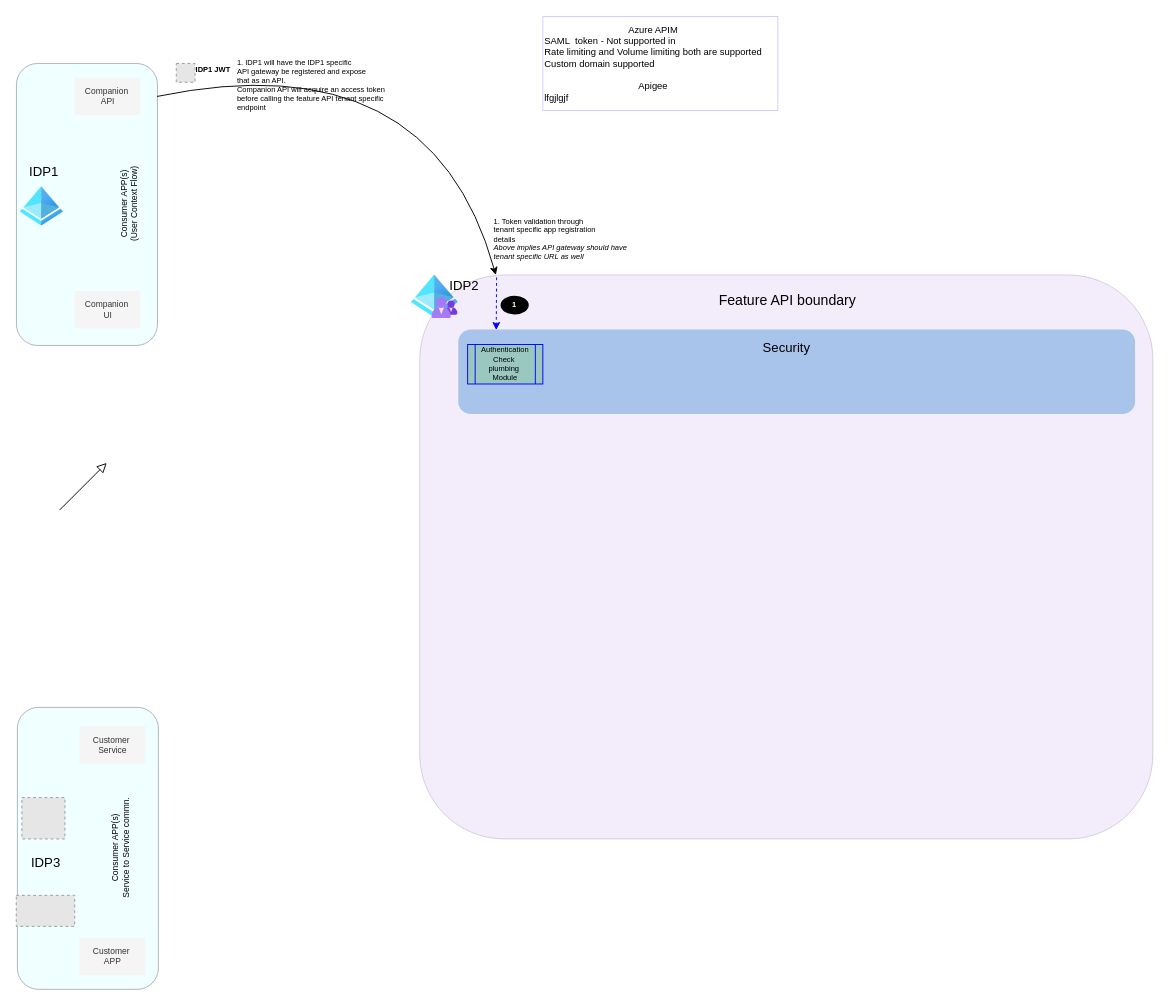
NMTechie/MyExpWithAzure keeps this draw.io diagram as PublicAPIFrameWork/Solution Designs v1.0.0.drawio. Above is the earlier version. Source tidied: cells renumbered, new cells numbered last; positions are measured from the earlier drawing's top-left corner, leaving out a move shared by most shapes. Both pictures are drawn from the tidied source at 94%, with x=0, y=0 at pixel (16, 16). Pictures stored in the file or linked from it are replaced by grey dashed boxes.
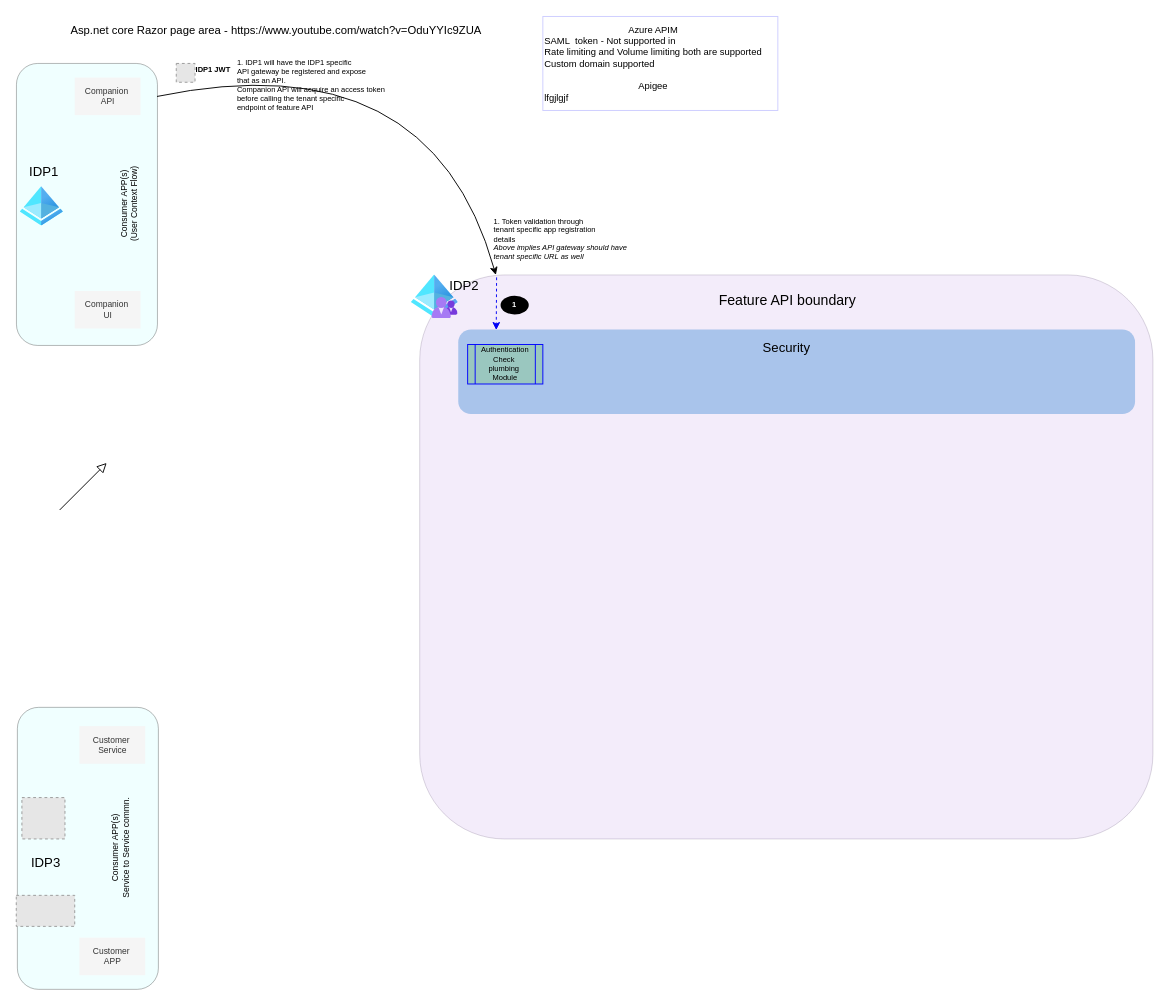
The same page after the edit.

Change to the diagram source:
```diff
@@
-    <mxCell id="30" value="1. IDP1 will have the IDP1 specific&amp;nbsp;&lt;br&gt;API gateway be registered and expose&amp;nbsp;&lt;br&gt;that as an API.&lt;br&gt;Companion API will acquire an access token&amp;nbsp;&lt;br&gt;before calling the feature API tenant specific&amp;nbsp;&lt;br&gt;endpoint" style="text;html=1;align=left;verticalAlign=top;fillColor=none;strokeColor=none;rounded=0;fontSize=8;" parent="1" vertex="1">
+    <mxCell id="30" value="1. IDP1 will have the IDP1 specific&amp;nbsp;&lt;br&gt;API gateway be registered and expose&amp;nbsp;&lt;br&gt;that as an API.&lt;br&gt;Companion API will acquire an access token&amp;nbsp;&lt;br&gt;before calling the tenant specific&amp;nbsp;&lt;br&gt;endpoint of feature API" style="text;html=1;align=left;verticalAlign=top;fillColor=none;strokeColor=none;rounded=0;fontSize=8;" parent="1" vertex="1">
       <mxGeometry x="233" y="38" width="180" height="70" as="geometry" />
     </mxCell>
+    <mxCell id="31" value="Asp.net core Razor page area - https://www.youtube.com/watch?v=OduYYIc9ZUA" style="text;html=1;align=center;verticalAlign=middle;fillColor=none;strokeColor=none;rounded=0;" parent="1" vertex="1">
+      <mxGeometry x="46" width="460" height="30" as="geometry" />
+    </mxCell>
```
